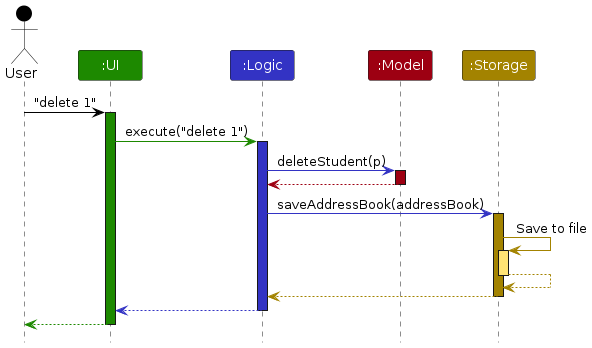
nus-cs2103-AY2223S1/tp keeps this PlantUML diagram as docs/images/ArchitectureSequenceDiagram.png. Above is the earlier version. Its diagram source:
```plantuml
@startuml
!include style.puml

Actor User as user USER_COLOR
Participant ":UI" as ui UI_COLOR
Participant ":Logic" as logic LOGIC_COLOR
Participant ":Model" as model MODEL_COLOR
Participant ":Storage" as storage STORAGE_COLOR

user -[USER_COLOR]> ui : "delete 1"
activate ui UI_COLOR

ui -[UI_COLOR]> logic : execute("delete 1")
activate logic LOGIC_COLOR

logic -[LOGIC_COLOR]> model : deleteStudent(p)
activate model MODEL_COLOR

model -[MODEL_COLOR]-> logic
deactivate model

logic -[LOGIC_COLOR]> storage : saveAddressBook(addressBook)
activate storage STORAGE_COLOR

storage -[STORAGE_COLOR]> storage : Save to file
activate storage STORAGE_COLOR_T1
storage --[STORAGE_COLOR]> storage
deactivate storage

storage --[STORAGE_COLOR]> logic
deactivate storage

logic --[LOGIC_COLOR]> ui
deactivate logic

ui--[UI_COLOR]> user
deactivate ui
@enduml
```
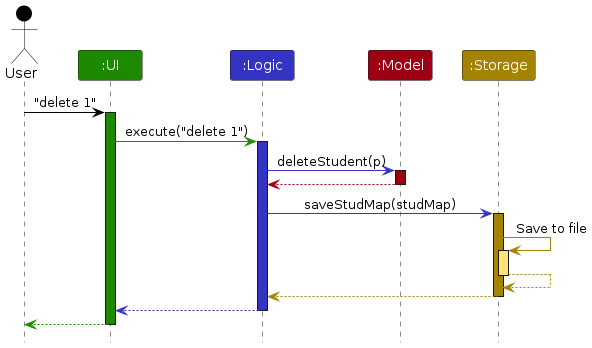
The same file after the commit.

Diff of the diagram source:
```diff
@@ -19,7 +19,7 @@
 model -[MODEL_COLOR]-> logic
 deactivate model
 
-logic -[LOGIC_COLOR]> storage : saveAddressBook(addressBook)
+logic -[LOGIC_COLOR]> storage : saveStudMap(studMap)
 activate storage STORAGE_COLOR
 
 storage -[STORAGE_COLOR]> storage : Save to file
```
